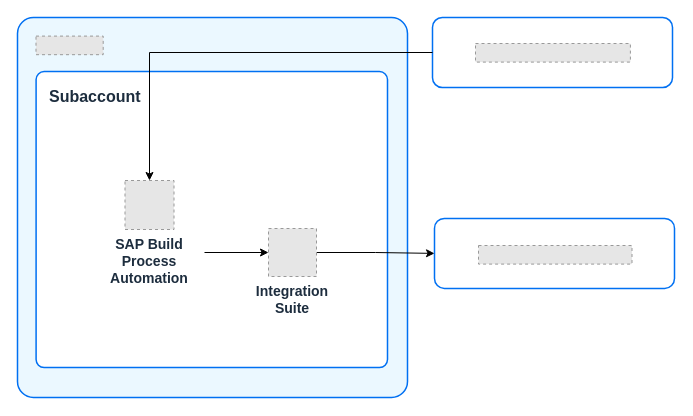
Before: page "Case3" (3 of 5) of assets/editable-diagram-examples/SAP_Task_Center_L0.drawio in raniermonteiro/btp-solution-diagrams, a draw.io diagram. Source tidied: cells renumbered, new cells numbered last; positions are measured from the earlier drawing's top-left corner, leaving out a move shared by most shapes. Both pictures are drawn from the tidied source at 100%, with x=0, y=0 at pixel (17, 17). Pictures stored in the file or linked from it are replaced by grey dashed boxes.
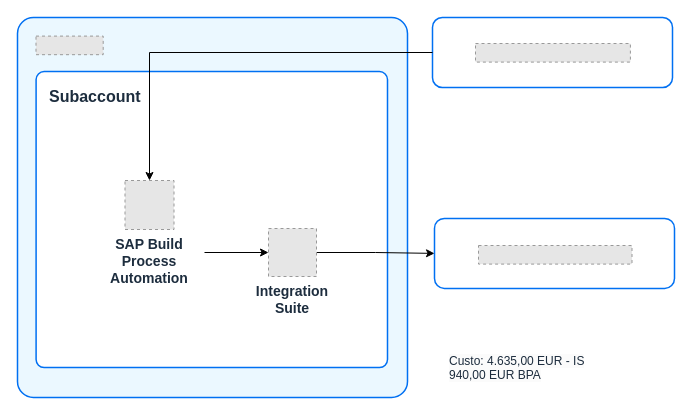
The same diagram, later.

Diff of the diagram source:
```diff
@@
+    <mxCell id="20" value="&lt;span style=&quot;color: rgb(29, 45, 62); font-family: arial; font-size: 12px; font-style: normal; font-variant-ligatures: normal; font-variant-caps: normal; font-weight: 400; letter-spacing: normal; orphans: 2; text-align: center; text-indent: 0px; text-transform: none; widows: 2; word-spacing: 0px; -webkit-text-stroke-width: 0px; white-space: nowrap; background-color: rgb(251, 251, 251); text-decoration-thickness: initial; text-decoration-style: initial; text-decoration-color: initial; display: inline !important; float: none;&quot;&gt;Custo: 4.635,00 EUR - IS&lt;/span&gt;&lt;div&gt;&lt;span style=&quot;color: rgb(29, 45, 62); font-family: arial; font-size: 12px; font-style: normal; font-variant-ligatures: normal; font-variant-caps: normal; font-weight: 400; letter-spacing: normal; orphans: 2; text-align: center; text-indent: 0px; text-transform: none; widows: 2; word-spacing: 0px; -webkit-text-stroke-width: 0px; white-space: nowrap; background-color: rgb(251, 251, 251); text-decoration-thickness: initial; text-decoration-style: initial; text-decoration-color: initial; display: inline !important; float: none;&quot;&gt;940,00 EUR BPA&lt;/span&gt;&lt;/div&gt;" style="text;whiteSpace=wrap;html=1;" parent="1" vertex="1">
+      <mxGeometry x="430" y="330" width="150" height="40" as="geometry" />
+    </mxCell>
```
